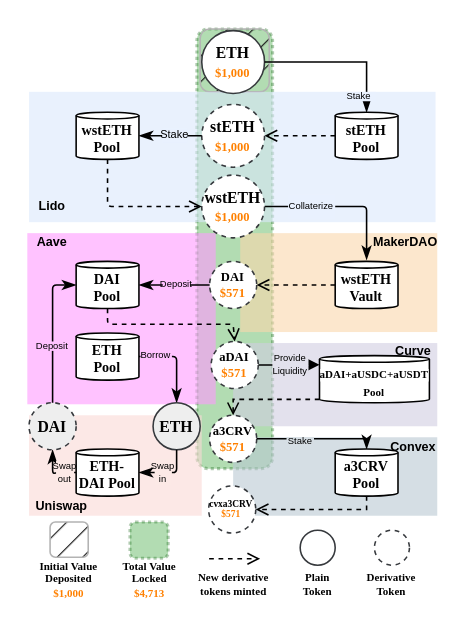
The draw.io diagram diagrams/complexity.drawio in lyc0603/tvl-measurement, before the edit. Source tidied: cells renumbered, new cells numbered last; positions are measured from the earlier drawing's top-left corner, leaving out a move shared by most shapes. Both pictures are drawn from the tidied source at 157%, with x=0, y=0 at pixel (27, 28).
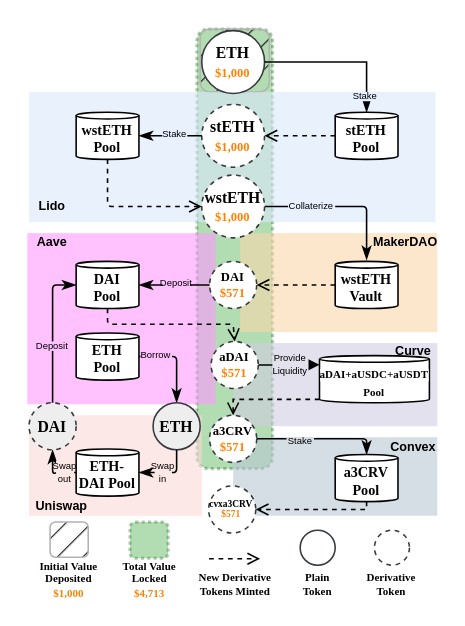
Above is the later version.

Diff of the diagram source:
```diff
@@
     <mxCell id="25" value="Deposit" style="text;html=1;strokeColor=none;fillColor=#ffc2ff;align=center;verticalAlign=middle;whiteSpace=wrap;rounded=0;fontFamily=Helvetica;fontSize=6;fontStyle=0;fontColor=#000000;" parent="1" vertex="1">
-      <mxGeometry x="86.2" y="160" width="17.5" height="6" as="geometry" />
+      <mxGeometry x="86.2" y="159" width="17.5" height="6" as="geometry" />
     </mxCell>
@@
-    <mxCell id="48" value="Stake" style="text;html=1;strokeColor=none;fillColor=#e9f1fe;align=center;verticalAlign=middle;whiteSpace=wrap;rounded=0;fontFamily=Helvetica;fontSize=7;fontStyle=0;" parent="1" vertex="1">
-      <mxGeometry x="85.8" y="63.5" width="16" height="9" as="geometry" />
+    <mxCell id="48" value="Stake" style="text;html=1;strokeColor=none;fillColor=#e9f1fe;align=center;verticalAlign=middle;whiteSpace=wrap;rounded=0;fontFamily=Helvetica;fontSize=6;fontStyle=0;" parent="1" vertex="1">
+      <mxGeometry x="85.8" y="62.5" width="16" height="9" as="geometry" />
     </mxCell>
@@
-    <mxCell id="56" value="New derivative tokens minted" style="text;html=1;strokeColor=none;fillColor=none;align=center;verticalAlign=middle;whiteSpace=wrap;rounded=0;fontFamily=Times New Roman;fontSize=7;fontStyle=1;" parent="1" vertex="1">
-      <mxGeometry x="107.5" y="347" width="46.5" height="13" as="geometry" />
+    <mxCell id="56" value="New Derivative Tokens Minted" style="text;html=1;strokeColor=none;fillColor=none;align=center;verticalAlign=middle;whiteSpace=wrap;rounded=0;fontFamily=Times New Roman;fontSize=7;fontStyle=1;" parent="1" vertex="1">
+      <mxGeometry x="105.5" y="347" width="53" height="13" as="geometry" />
     </mxCell>
@@
     <mxCell id="60" value="&amp;nbsp;Stake" style="text;html=1;strokeColor=none;fillColor=#e9f1fe;align=center;verticalAlign=middle;whiteSpace=wrap;rounded=0;fontFamily=Helvetica;fontSize=6;fontStyle=0;" parent="1" vertex="1">
-      <mxGeometry x="199" y="40" width="23" height="6" as="geometry" />
+      <mxGeometry x="203" y="40" width="23" height="6" as="geometry" />
     </mxCell>
@@
     <mxCell id="68" value="&lt;b&gt;a3CRV Pool&lt;/b&gt;" style="shape=cylinder3;whiteSpace=wrap;html=1;boundedLbl=1;backgroundOutline=1;size=2.1351351351351298;strokeWidth=1;fontFamily=Times New Roman;fontStyle=0;fontSize=9;rounded=0;" parent="1" vertex="1">
-      <mxGeometry x="196" y="267.5" width="40" height="30" as="geometry" />
+      <mxGeometry x="196" y="271" width="40" height="30" as="geometry" />
     </mxCell>
```
